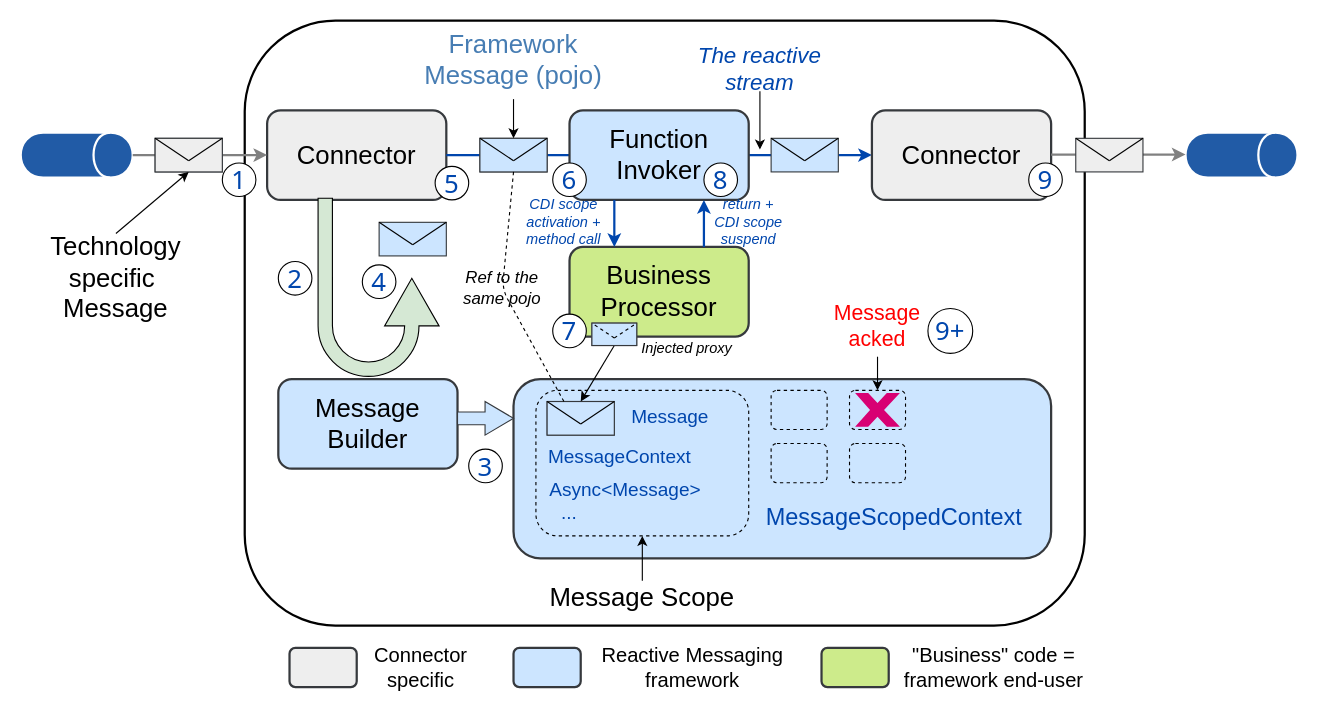
Before: page "di-overview" (1 of 7) of doc/drawings.drawio in AmadeusITGroup/odyssey-reactive-messaging, a draw.io diagram. Source tidied: cells renumbered, new cells numbered last; positions are measured from the earlier drawing's top-left corner, leaving out a move shared by most shapes. Both pictures are drawn from the tidied source at 112%, with x=0, y=0 at pixel (31, 20).
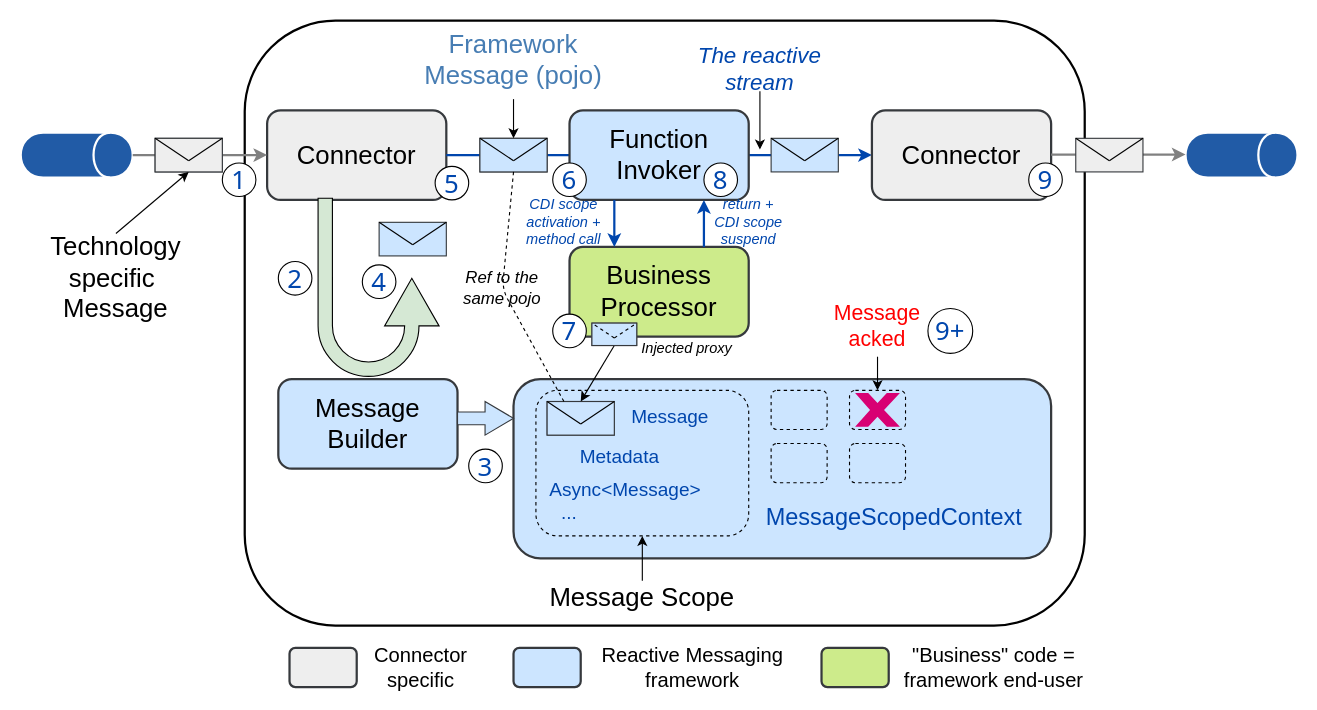
The same page after the edit.

The edit, as a diff of the source:
```diff
@@
-    <mxCell id="38" value="MessageContext" style="text;html=1;strokeColor=none;fillColor=none;align=center;verticalAlign=middle;whiteSpace=wrap;rounded=0;dashed=1;fontSize=17;fontColor=#0046AD;" parent="1" vertex="1">
+    <mxCell id="38" value="Metadata" style="text;html=1;strokeColor=none;fillColor=none;align=center;verticalAlign=middle;whiteSpace=wrap;rounded=0;dashed=1;fontSize=17;fontColor=#0046AD;" parent="1" vertex="1">
       <mxGeometry x="505" y="380" width="40" height="20" as="geometry" />
     </mxCell>
```
